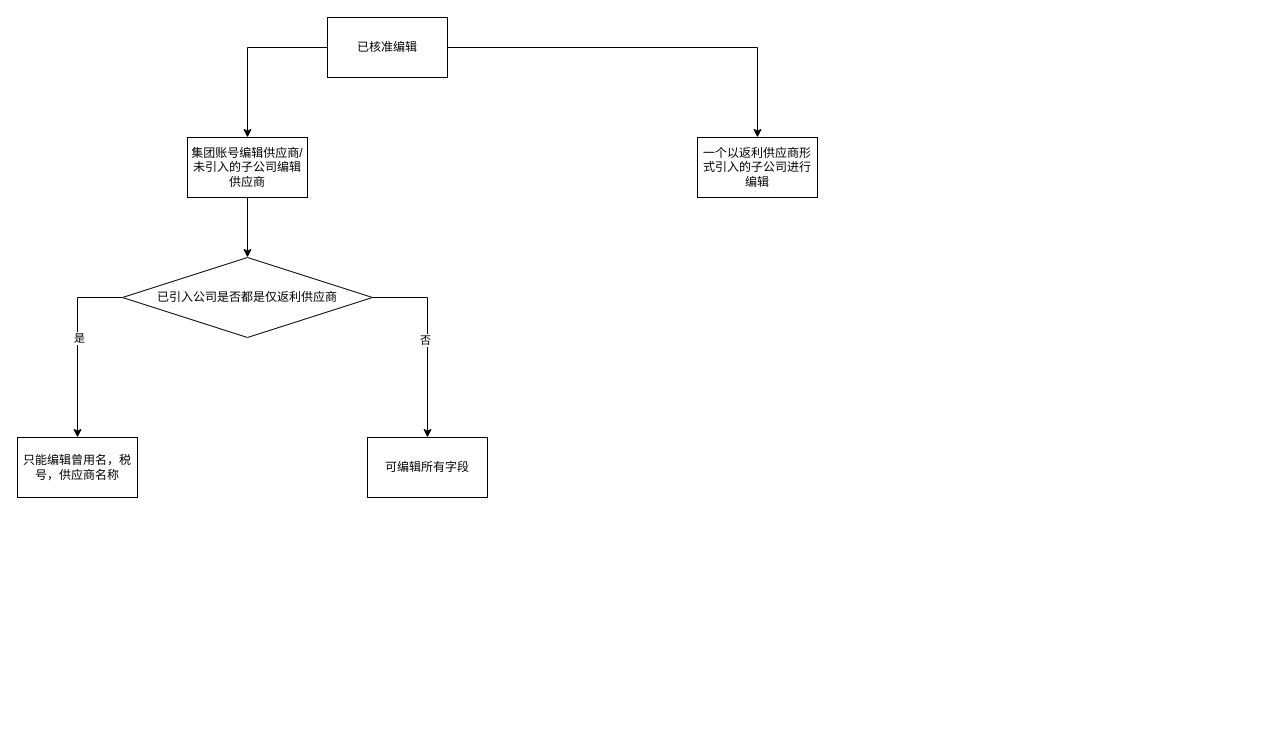
Above: gitskills/返利供应商编辑.drawio in benbenbo/learngit (draw.io), before the change. Source tidied: cells renumbered, new cells numbered last; positions are measured from the earlier drawing's top-left corner, leaving out a move shared by most shapes. Both pictures are drawn from the tidied source at 100%, with x=0, y=0 at pixel (17, 17).
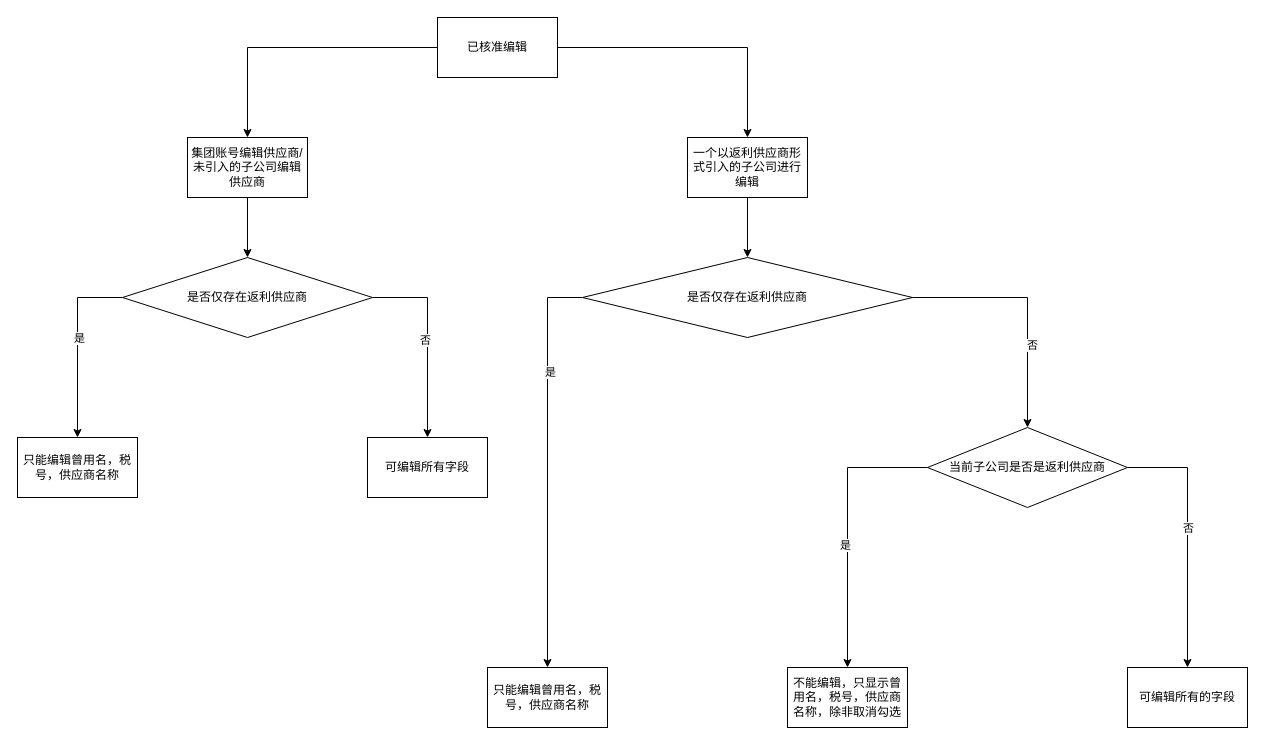
After the change.

Commit message:
Update 返利供应商编辑.drawio

What changed in the source:
```diff
@@
     <mxCell id="4" value="已核准编辑" style="rounded=0;whiteSpace=wrap;html=1;" parent="1" vertex="1">
-      <mxGeometry x="310" width="120" height="60" as="geometry" />
+      <mxGeometry x="420" width="120" height="60" as="geometry" />
     </mxCell>
+    <mxCell id="15" style="edgeStyle=orthogonalEdgeStyle;rounded=0;jettySize=auto;html=1;entryX=0.5;entryY=0;entryDx=0;entryDy=0;" parent="1" edge="1" source="5" target="20">
+      <mxGeometry relative="1" as="geometry" />
+    </mxCell>
     <mxCell id="5" value="一个以返利供应商形式引入的子公司进行编辑" style="rounded=0;whiteSpace=wrap;html=1;" parent="1" vertex="1">
-      <mxGeometry x="680" y="120" width="120" height="60" as="geometry" />
+      <mxGeometry x="670" y="120" width="120" height="60" as="geometry" />
     </mxCell>
@@
-    <mxCell id="12" value="已引入公司是否都是仅返利供应商" style="rhombus;whiteSpace=wrap;html=1;" parent="1" vertex="1">
+    <mxCell id="12" value="是否仅存在返利供应商" style="rhombus;whiteSpace=wrap;html=1;" parent="1" vertex="1">
       <mxGeometry x="105" y="240" width="250" height="80" as="geometry" />
     </mxCell>
@@
+    <mxCell id="16" style="edgeStyle=orthogonalEdgeStyle;rounded=0;jettySize=auto;html=1;entryX=0.5;entryY=0;entryDx=0;entryDy=0;exitX=0;exitY=0.5;exitDx=0;exitDy=0;" parent="1" edge="1" source="20" target="26">
+      <mxGeometry relative="1" as="geometry" />
+    </mxCell>
+    <mxCell id="17" value="是" style="edgeLabel;html=1;align=center;verticalAlign=middle;" parent="16" vertex="1">
+      <mxGeometry x="-0.46" y="2" relative="1" as="geometry" />
+    </mxCell>
+    <mxCell id="18" style="edgeStyle=orthogonalEdgeStyle;rounded=0;jettySize=auto;html=1;entryX=0.5;entryY=0;entryDx=0;entryDy=0;exitX=1;exitY=0.5;exitDx=0;exitDy=0;" parent="1" edge="1" source="20" target="25">
+      <mxGeometry relative="1" as="geometry" />
+    </mxCell>
+    <mxCell id="19" value="否" style="edgeLabel;html=1;align=center;verticalAlign=middle;" parent="18" vertex="1">
+      <mxGeometry x="0.32" y="4" relative="1" as="geometry" />
+    </mxCell>
+    <mxCell id="20" value="是否仅存在返利供应商" style="rhombus;whiteSpace=wrap;html=1;" parent="1" vertex="1">
+      <mxGeometry x="565" y="240" width="330" height="80" as="geometry" />
+    </mxCell>
+    <mxCell id="21" style="edgeStyle=orthogonalEdgeStyle;rounded=0;jettySize=auto;html=1;entryX=0.5;entryY=0;entryDx=0;entryDy=0;" parent="1" edge="1" source="25" target="27">
+      <mxGeometry relative="1" as="geometry" />
+    </mxCell>
+    <mxCell id="22" value="是" style="edgeLabel;html=1;align=center;verticalAlign=middle;" parent="21" vertex="1">
+      <mxGeometry x="0.12" y="-3" relative="1" as="geometry" />
+    </mxCell>
+    <mxCell id="23" style="edgeStyle=orthogonalEdgeStyle;rounded=0;jettySize=auto;html=1;entryX=0.5;entryY=0;entryDx=0;entryDy=0;exitX=1;exitY=0.5;exitDx=0;exitDy=0;" parent="1" edge="1" source="25" target="28">
+      <mxGeometry relative="1" as="geometry" />
+    </mxCell>
+    <mxCell id="24" value="否" style="edgeLabel;html=1;align=center;verticalAlign=middle;" parent="23" vertex="1">
+      <mxGeometry x="-0.08" relative="1" as="geometry" />
+    </mxCell>
+    <mxCell id="25" value="当前子公司是否是返利供应商" style="rhombus;whiteSpace=wrap;html=1;" parent="1" vertex="1">
+      <mxGeometry x="910" y="410" width="200" height="80" as="geometry" />
+    </mxCell>
+    <mxCell id="26" value="&lt;span&gt;只能编辑曾用名，税号，供应商名称&lt;/span&gt;" style="rounded=0;whiteSpace=wrap;html=1;" parent="1" vertex="1">
+      <mxGeometry x="470" y="650" width="120" height="60" as="geometry" />
+    </mxCell>
+    <mxCell id="27" value="不能编辑，只显示曾用名，税号，供应商名称，除非取消勾选" style="rounded=0;whiteSpace=wrap;html=1;" parent="1" vertex="1">
+      <mxGeometry x="770" y="650" width="120" height="60" as="geometry" />
+    </mxCell>
+    <mxCell id="28" value="可编辑所有的字段" style="rounded=0;whiteSpace=wrap;html=1;" parent="1" vertex="1">
+      <mxGeometry x="1110" y="650" width="120" height="60" as="geometry" />
+    </mxCell>
```
